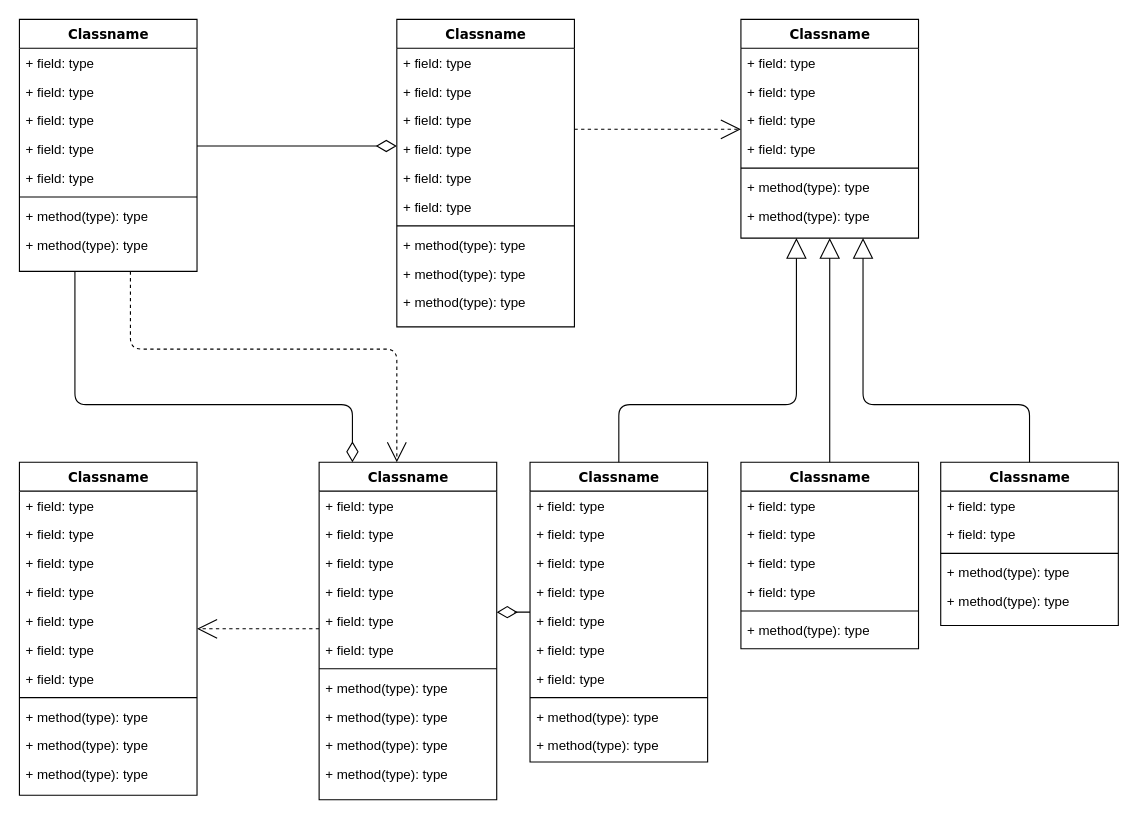
Above: Untitled Diagram.drawio in VladyslavPsyuk/WorkPlace (draw.io), before the change. Source tidied: cells renumbered, new cells numbered last; positions are measured from the earlier drawing's top-left corner, leaving out a move shared by most shapes. Both pictures are drawn from the tidied source at 111%, with x=0, y=0 at pixel (19, 19).
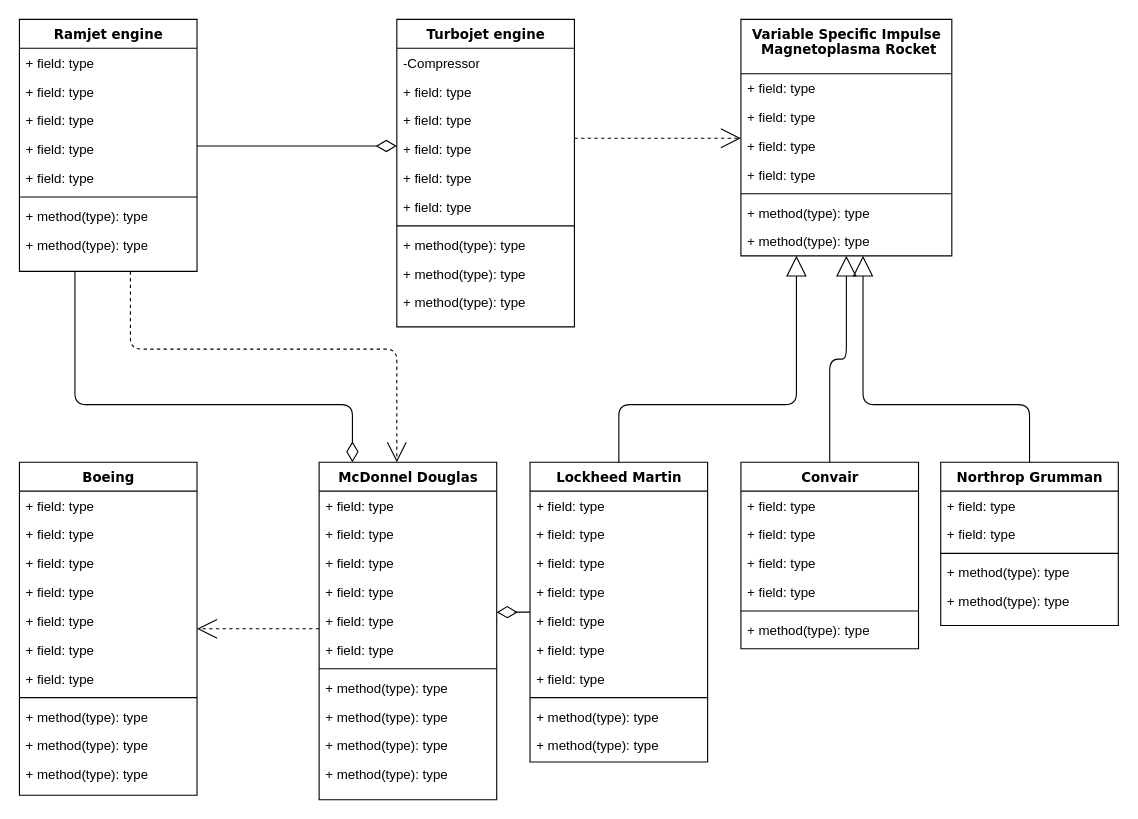
The same page after the edit.

What changed in the source:
```diff
@@
-    <mxCell id="4" value="Classname" style="swimlane;html=1;fontStyle=1;align=center;verticalAlign=top;horizontal=1;startSize=26;swimlaneFillColor=#ffffff;rounded=0;shadow=0;comic=0;labelBackgroundColor=none;strokeColor=#000000;strokeWidth=1;fillColor=none;fontFamily=Verdana;fontSize=12;fontColor=#000000;" parent="1" vertex="1">
+    <mxCell id="4" value="Ramjet engine" style="swimlane;html=1;fontStyle=1;align=center;verticalAlign=top;horizontal=1;startSize=26;swimlaneFillColor=#ffffff;rounded=0;shadow=0;comic=0;labelBackgroundColor=none;strokeColor=#000000;strokeWidth=1;fillColor=none;fontFamily=Verdana;fontSize=12;fontColor=#000000;" parent="1" vertex="1">
       <mxGeometry width="160" height="227" as="geometry" />
     </mxCell>
@@
-    <mxCell id="14" value="Classname" style="swimlane;html=1;fontStyle=1;align=center;verticalAlign=top;horizontal=1;startSize=26;swimlaneFillColor=#ffffff;rounded=0;shadow=0;comic=0;labelBackgroundColor=none;strokeColor=#000000;strokeWidth=1;fillColor=none;fontFamily=Verdana;fontSize=12;fontColor=#000000;" parent="1" vertex="1">
+    <mxCell id="14" value="Turbojet engine" style="swimlane;html=1;fontStyle=1;align=center;verticalAlign=top;horizontal=1;startSize=26;swimlaneFillColor=#ffffff;rounded=0;shadow=0;comic=0;labelBackgroundColor=none;strokeColor=#000000;strokeWidth=1;fillColor=none;fontFamily=Verdana;fontSize=12;fontColor=#000000;" parent="1" vertex="1">
       <mxGeometry x="340" width="160" height="277" as="geometry" />
     </mxCell>
-    <mxCell id="15" value="+ field: type" style="text;html=1;strokeColor=none;fillColor=none;align=left;verticalAlign=top;spacingLeft=4;spacingRight=4;whiteSpace=wrap;overflow=hidden;" parent="14" vertex="1">
+    <mxCell id="15" value="-Compressor" style="text;html=1;strokeColor=none;fillColor=none;align=left;verticalAlign=top;spacingLeft=4;spacingRight=4;whiteSpace=wrap;overflow=hidden;" parent="14" vertex="1">
       <mxGeometry y="26" width="160" height="26" as="geometry" />
     </mxCell>
@@
-    <mxCell id="25" value="Classname" style="swimlane;html=1;fontStyle=1;align=center;verticalAlign=top;horizontal=1;startSize=26;swimlaneFillColor=#ffffff;rounded=0;shadow=0;comic=0;labelBackgroundColor=none;strokeColor=#000000;strokeWidth=1;fillColor=none;fontFamily=Verdana;fontSize=12;fontColor=#000000;" parent="1" vertex="1">
-      <mxGeometry x="650" width="160" height="197" as="geometry" />
+    <mxCell id="25" value="&lt;span&gt;Variable Specific Impulse&lt;br&gt;&amp;nbsp;Magnetoplasma Rocket&lt;/span&gt;" style="swimlane;html=1;fontStyle=1;align=center;verticalAlign=top;horizontal=1;startSize=49;swimlaneFillColor=#ffffff;rounded=0;shadow=0;comic=0;labelBackgroundColor=none;strokeColor=#000000;strokeWidth=1;fillColor=none;fontFamily=Verdana;fontSize=12;fontColor=#000000;" parent="1" vertex="1">
+      <mxGeometry x="650" width="190" height="213" as="geometry" />
     </mxCell>
     <mxCell id="26" value="+ field: type" style="text;html=1;strokeColor=none;fillColor=none;align=left;verticalAlign=top;spacingLeft=4;spacingRight=4;whiteSpace=wrap;overflow=hidden;" parent="25" vertex="1">
-      <mxGeometry y="26" width="160" height="26" as="geometry" />
+      <mxGeometry y="49" width="190" height="26" as="geometry" />
     </mxCell>
     <mxCell id="27" value="+ field: type" style="text;html=1;strokeColor=none;fillColor=none;align=left;verticalAlign=top;spacingLeft=4;spacingRight=4;whiteSpace=wrap;overflow=hidden;" parent="25" vertex="1">
-      <mxGeometry y="52" width="160" height="26" as="geometry" />
+      <mxGeometry y="75" width="190" height="26" as="geometry" />
     </mxCell>
     <mxCell id="28" value="+ field: type" style="text;html=1;strokeColor=none;fillColor=none;align=left;verticalAlign=top;spacingLeft=4;spacingRight=4;whiteSpace=wrap;overflow=hidden;" parent="25" vertex="1">
-      <mxGeometry y="78" width="160" height="26" as="geometry" />
+      <mxGeometry y="101" width="190" height="26" as="geometry" />
     </mxCell>
     <mxCell id="29" value="+ field: type" style="text;html=1;strokeColor=none;fillColor=none;align=left;verticalAlign=top;spacingLeft=4;spacingRight=4;whiteSpace=wrap;overflow=hidden;" parent="25" vertex="1">
-      <mxGeometry y="104" width="160" height="26" as="geometry" />
+      <mxGeometry y="127" width="190" height="26" as="geometry" />
     </mxCell>
     <mxCell id="30" style="line;html=1;strokeWidth=1;fillColor=none;align=left;verticalAlign=middle;spacingTop=-1;spacingLeft=3;spacingRight=3;labelPosition=right;" parent="25" vertex="1">
-      <mxGeometry y="130" width="160" height="8" as="geometry" />
+      <mxGeometry y="153" width="190" height="8" as="geometry" />
     </mxCell>
     <mxCell id="31" value="+ method(type): type" style="text;html=1;strokeColor=none;fillColor=none;align=left;verticalAlign=top;spacingLeft=4;spacingRight=4;whiteSpace=wrap;overflow=hidden;" parent="25" vertex="1">
-      <mxGeometry y="138" width="160" height="26" as="geometry" />
+      <mxGeometry y="161" width="190" height="26" as="geometry" />
     </mxCell>
     <mxCell id="32" value="+ method(type): type" style="text;html=1;strokeColor=none;fillColor=none;align=left;verticalAlign=top;spacingLeft=4;spacingRight=4;whiteSpace=wrap;overflow=hidden;" parent="25" vertex="1">
-      <mxGeometry y="164" width="160" height="26" as="geometry" />
+      <mxGeometry y="187" width="190" height="26" as="geometry" />
     </mxCell>
@@
-    <mxCell id="34" value="Classname" style="swimlane;html=1;fontStyle=1;align=center;verticalAlign=top;horizontal=1;startSize=26;swimlaneFillColor=#ffffff;rounded=0;shadow=0;comic=0;labelBackgroundColor=none;strokeColor=#000000;strokeWidth=1;fillColor=none;fontFamily=Verdana;fontSize=12;fontColor=#000000;" parent="1" vertex="1">
+    <mxCell id="34" value="Boeing" style="swimlane;html=1;fontStyle=1;align=center;verticalAlign=top;horizontal=1;startSize=26;swimlaneFillColor=#ffffff;rounded=0;shadow=0;comic=0;labelBackgroundColor=none;strokeColor=#000000;strokeWidth=1;fillColor=none;fontFamily=Verdana;fontSize=12;fontColor=#000000;" parent="1" vertex="1">
       <mxGeometry y="399" width="160" height="300" as="geometry" />
     </mxCell>
@@
-    <mxCell id="47" value="Classname" style="swimlane;html=1;fontStyle=1;align=center;verticalAlign=top;horizontal=1;startSize=26;swimlaneFillColor=#ffffff;rounded=0;shadow=0;comic=0;labelBackgroundColor=none;strokeColor=#000000;strokeWidth=1;fillColor=none;fontFamily=Verdana;fontSize=12;fontColor=#000000;" parent="1" vertex="1">
+    <mxCell id="47" value="McDonnel Douglas" style="swimlane;html=1;fontStyle=1;align=center;verticalAlign=top;horizontal=1;startSize=26;swimlaneFillColor=#ffffff;rounded=0;shadow=0;comic=0;labelBackgroundColor=none;strokeColor=#000000;strokeWidth=1;fillColor=none;fontFamily=Verdana;fontSize=12;fontColor=#000000;" parent="1" vertex="1">
       <mxGeometry x="270" y="399" width="160" height="304" as="geometry" />
     </mxCell>
@@
-    <mxCell id="60" value="Classname" style="swimlane;html=1;fontStyle=1;align=center;verticalAlign=top;horizontal=1;startSize=26;swimlaneFillColor=#ffffff;rounded=0;shadow=0;comic=0;labelBackgroundColor=none;strokeColor=#000000;strokeWidth=1;fillColor=none;fontFamily=Verdana;fontSize=12;fontColor=#000000;" parent="1" vertex="1">
+    <mxCell id="60" value="Lockheed Martin" style="swimlane;html=1;fontStyle=1;align=center;verticalAlign=top;horizontal=1;startSize=26;swimlaneFillColor=#ffffff;rounded=0;shadow=0;comic=0;labelBackgroundColor=none;strokeColor=#000000;strokeWidth=1;fillColor=none;fontFamily=Verdana;fontSize=12;fontColor=#000000;" parent="1" vertex="1">
       <mxGeometry x="460" y="399" width="160" height="270" as="geometry" />
     </mxCell>
@@
-    <mxCell id="72" value="Classname" style="swimlane;html=1;fontStyle=1;align=center;verticalAlign=top;horizontal=1;startSize=26;swimlaneFillColor=#ffffff;rounded=0;shadow=0;comic=0;labelBackgroundColor=none;strokeColor=#000000;strokeWidth=1;fillColor=none;fontFamily=Verdana;fontSize=12;fontColor=#000000;" parent="1" vertex="1">
+    <mxCell id="72" value="&lt;span&gt;Convair&lt;/span&gt;" style="swimlane;html=1;fontStyle=1;align=center;verticalAlign=top;horizontal=1;startSize=26;swimlaneFillColor=#ffffff;rounded=0;shadow=0;comic=0;labelBackgroundColor=none;strokeColor=#000000;strokeWidth=1;fillColor=none;fontFamily=Verdana;fontSize=12;fontColor=#000000;" parent="1" vertex="1">
       <mxGeometry x="650" y="399" width="160" height="168" as="geometry" />
     </mxCell>
@@
-    <mxCell id="80" value="Classname" style="swimlane;html=1;fontStyle=1;align=center;verticalAlign=top;horizontal=1;startSize=26;swimlaneFillColor=#ffffff;rounded=0;shadow=0;comic=0;labelBackgroundColor=none;strokeColor=#000000;strokeWidth=1;fillColor=none;fontFamily=Verdana;fontSize=12;fontColor=#000000;" parent="1" vertex="1">
+    <mxCell id="80" value="&lt;span&gt;Northrop Grumman&lt;/span&gt;" style="swimlane;html=1;fontStyle=1;align=center;verticalAlign=top;horizontal=1;startSize=26;swimlaneFillColor=#ffffff;rounded=0;shadow=0;comic=0;labelBackgroundColor=none;strokeColor=#000000;strokeWidth=1;fillColor=none;fontFamily=Verdana;fontSize=12;fontColor=#000000;" parent="1" vertex="1">
       <mxGeometry x="830" y="399" width="160" height="147" as="geometry" />
     </mxCell>
```
